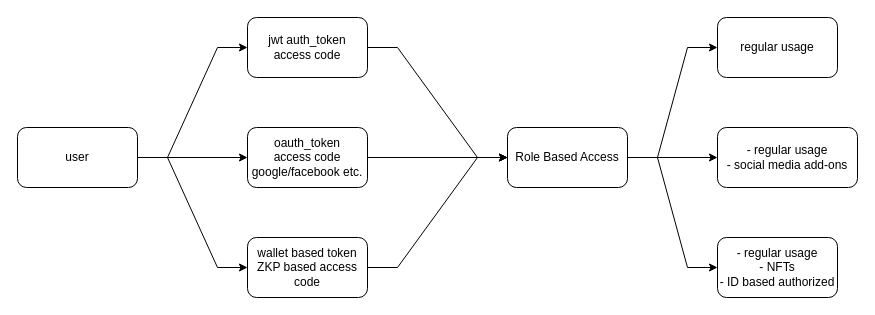
rajeshsatpathy1/auth-service keeps this draw.io diagram as auth_service.drawio. Above is the earlier version. Source tidied: cells renumbered, new cells numbered last; positions are measured from the earlier drawing's top-left corner, leaving out a move shared by most shapes. Both pictures are drawn from the tidied source at 100%, with x=0, y=0 at pixel (17, 17).
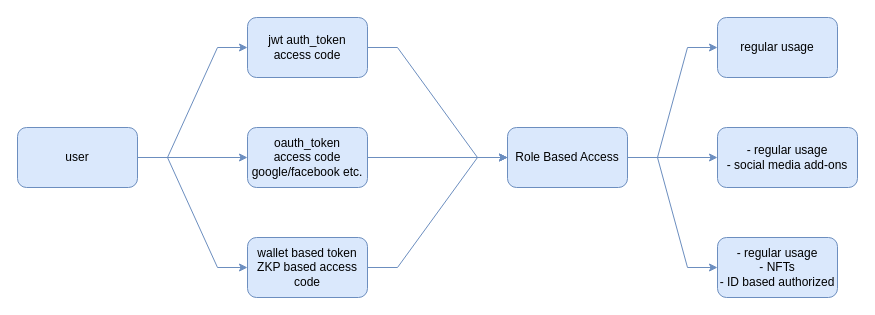
Above is the later version.

The edit, as a diff of the source:
```diff
@@
 <mxGraphModel>
   <root>
     <mxCell id="0" />
     <mxCell id="1" parent="0" />
-    <mxCell id="2" style="edgeStyle=orthogonalEdgeStyle;rounded=0;jettySize=auto;html=1;" parent="1" edge="1" source="3" target="5">
+    <mxCell id="2" style="edgeStyle=orthogonalEdgeStyle;rounded=0;jettySize=auto;html=1;labelBackgroundColor=none;fillColor=#dae8fc;strokeColor=#6c8ebf;" parent="1" edge="1" source="3" target="5">
       <mxGeometry relative="1" as="geometry" />
     </mxCell>
-    <mxCell id="3" value="user" style="rounded=1;whiteSpace=wrap;html=1;" parent="1" vertex="1">
+    <mxCell id="3" value="user" style="rounded=1;whiteSpace=wrap;html=1;labelBackgroundColor=none;fillColor=#dae8fc;strokeColor=#6c8ebf;" parent="1" vertex="1">
       <mxGeometry y="110" width="120" height="60" as="geometry" />
     </mxCell>
-    <mxCell id="4" value="jwt auth_token&lt;div&gt;access code&lt;/div&gt;" style="rounded=1;whiteSpace=wrap;html=1;" parent="1" vertex="1">
+    <mxCell id="4" value="jwt auth_token&lt;div&gt;access code&lt;/div&gt;" style="rounded=1;whiteSpace=wrap;html=1;labelBackgroundColor=none;fillColor=#dae8fc;strokeColor=#6c8ebf;" parent="1" vertex="1">
       <mxGeometry x="230" width="120" height="60" as="geometry" />
     </mxCell>
-    <mxCell id="5" value="oauth_token&lt;div&gt;access code&lt;/div&gt;&lt;div&gt;google/facebook etc.&lt;/div&gt;" style="rounded=1;whiteSpace=wrap;html=1;" parent="1" vertex="1">
+    <mxCell id="5" value="oauth_token&lt;div&gt;access code&lt;/div&gt;&lt;div&gt;google/facebook etc.&lt;/div&gt;" style="rounded=1;whiteSpace=wrap;html=1;labelBackgroundColor=none;fillColor=#dae8fc;strokeColor=#6c8ebf;" parent="1" vertex="1">
       <mxGeometry x="230" y="110" width="120" height="60" as="geometry" />
     </mxCell>
-    <mxCell id="6" value="wallet based token&lt;div&gt;ZKP based access code&lt;/div&gt;" style="rounded=1;whiteSpace=wrap;html=1;" parent="1" vertex="1">
+    <mxCell id="6" value="wallet based token&lt;div&gt;ZKP based access code&lt;/div&gt;" style="rounded=1;whiteSpace=wrap;html=1;labelBackgroundColor=none;fillColor=#dae8fc;strokeColor=#6c8ebf;" parent="1" vertex="1">
       <mxGeometry x="230" y="220" width="120" height="60" as="geometry" />
     </mxCell>
-    <mxCell id="7" style="endArrow=classic;html=1;rounded=0;entryX=0;entryY=0.5;entryDx=0;entryDy=0;exitX=1;exitY=0.5;exitDx=0;exitDy=0;edgeStyle=entityRelationEdgeStyle;" parent="1" edge="1" source="3" target="4">
+    <mxCell id="7" style="endArrow=classic;html=1;rounded=0;entryX=0;entryY=0.5;entryDx=0;entryDy=0;exitX=1;exitY=0.5;exitDx=0;exitDy=0;edgeStyle=entityRelationEdgeStyle;labelBackgroundColor=none;fillColor=#dae8fc;strokeColor=#6c8ebf;" parent="1" edge="1" source="3" target="4">
       <mxGeometry relative="1" as="geometry" />
     </mxCell>
-    <mxCell id="8" style="endArrow=classic;html=1;rounded=0;entryX=0;entryY=0.5;entryDx=0;entryDy=0;exitX=1;exitY=0.5;exitDx=0;exitDy=0;edgeStyle=entityRelationEdgeStyle;" parent="1" edge="1" source="3" target="6">
+    <mxCell id="8" style="endArrow=classic;html=1;rounded=0;entryX=0;entryY=0.5;entryDx=0;entryDy=0;exitX=1;exitY=0.5;exitDx=0;exitDy=0;edgeStyle=entityRelationEdgeStyle;labelBackgroundColor=none;fillColor=#dae8fc;strokeColor=#6c8ebf;" parent="1" edge="1" source="3" target="6">
       <mxGeometry relative="1" as="geometry" />
     </mxCell>
-    <mxCell id="9" value="Role Based Access" style="rounded=1;whiteSpace=wrap;html=1;" parent="1" vertex="1">
+    <mxCell id="9" value="Role Based Access" style="rounded=1;whiteSpace=wrap;html=1;labelBackgroundColor=none;fillColor=#dae8fc;strokeColor=#6c8ebf;" parent="1" vertex="1">
       <mxGeometry x="490" y="110" width="120" height="60" as="geometry" />
     </mxCell>
-    <mxCell id="10" style="endArrow=classic;html=1;rounded=0;entryX=0;entryY=0.5;entryDx=0;entryDy=0;exitX=1;exitY=0.5;exitDx=0;exitDy=0;" parent="1" edge="1" source="5" target="9">
+    <mxCell id="10" style="endArrow=classic;html=1;rounded=0;entryX=0;entryY=0.5;entryDx=0;entryDy=0;exitX=1;exitY=0.5;exitDx=0;exitDy=0;labelBackgroundColor=none;fillColor=#dae8fc;strokeColor=#6c8ebf;" parent="1" edge="1" source="5" target="9">
       <mxGeometry relative="1" as="geometry" />
     </mxCell>
-    <mxCell id="11" style="endArrow=classic;html=1;rounded=0;entryX=0;entryY=0.5;entryDx=0;entryDy=0;exitX=1;exitY=0.5;exitDx=0;exitDy=0;edgeStyle=entityRelationEdgeStyle;" parent="1" edge="1" source="4" target="9">
+    <mxCell id="11" style="endArrow=classic;html=1;rounded=0;entryX=0;entryY=0.5;entryDx=0;entryDy=0;exitX=1;exitY=0.5;exitDx=0;exitDy=0;edgeStyle=entityRelationEdgeStyle;labelBackgroundColor=none;fillColor=#dae8fc;strokeColor=#6c8ebf;" parent="1" edge="1" source="4" target="9">
       <mxGeometry relative="1" as="geometry" />
     </mxCell>
-    <mxCell id="12" style="endArrow=classic;html=1;rounded=0;entryX=0;entryY=0.5;entryDx=0;entryDy=0;exitX=1;exitY=0.5;exitDx=0;exitDy=0;edgeStyle=entityRelationEdgeStyle;" parent="1" edge="1" source="6" target="9">
+    <mxCell id="12" style="endArrow=classic;html=1;rounded=0;entryX=0;entryY=0.5;entryDx=0;entryDy=0;exitX=1;exitY=0.5;exitDx=0;exitDy=0;edgeStyle=entityRelationEdgeStyle;labelBackgroundColor=none;fillColor=#dae8fc;strokeColor=#6c8ebf;" parent="1" edge="1" source="6" target="9">
       <mxGeometry relative="1" as="geometry" />
     </mxCell>
-    <mxCell id="13" value="regular usage" style="rounded=1;whiteSpace=wrap;html=1;" parent="1" vertex="1">
+    <mxCell id="13" value="regular usage" style="rounded=1;whiteSpace=wrap;html=1;labelBackgroundColor=none;fillColor=#dae8fc;strokeColor=#6c8ebf;" parent="1" vertex="1">
       <mxGeometry x="700" width="120" height="60" as="geometry" />
     </mxCell>
-    <mxCell id="14" value="- regular usage&lt;div&gt;- social media add-ons&lt;/div&gt;" style="rounded=1;whiteSpace=wrap;html=1;" parent="1" vertex="1">
+    <mxCell id="14" value="- regular usage&lt;div&gt;- social media add-ons&lt;/div&gt;" style="rounded=1;whiteSpace=wrap;html=1;labelBackgroundColor=none;fillColor=#dae8fc;strokeColor=#6c8ebf;" parent="1" vertex="1">
       <mxGeometry x="700" y="110" width="140" height="60" as="geometry" />
     </mxCell>
-    <mxCell id="15" value="- regular usage&lt;div&gt;- NFTs&lt;/div&gt;&lt;div&gt;- ID based authorized&lt;/div&gt;" style="rounded=1;whiteSpace=wrap;html=1;" parent="1" vertex="1">
+    <mxCell id="15" value="- regular usage&lt;div&gt;- NFTs&lt;/div&gt;&lt;div&gt;- ID based authorized&lt;/div&gt;" style="rounded=1;whiteSpace=wrap;html=1;labelBackgroundColor=none;fillColor=#dae8fc;strokeColor=#6c8ebf;" parent="1" vertex="1">
       <mxGeometry x="700" y="220" width="120" height="60" as="geometry" />
     </mxCell>
-    <mxCell id="16" style="endArrow=classic;html=1;rounded=0;entryX=0;entryY=0.5;entryDx=0;entryDy=0;exitX=1;exitY=0.5;exitDx=0;exitDy=0;edgeStyle=entityRelationEdgeStyle;" parent="1" edge="1" source="9" target="13">
+    <mxCell id="16" style="endArrow=classic;html=1;rounded=0;entryX=0;entryY=0.5;entryDx=0;entryDy=0;exitX=1;exitY=0.5;exitDx=0;exitDy=0;edgeStyle=entityRelationEdgeStyle;labelBackgroundColor=none;fillColor=#dae8fc;strokeColor=#6c8ebf;" parent="1" edge="1" source="9" target="13">
       <mxGeometry relative="1" as="geometry" />
     </mxCell>
-    <mxCell id="17" style="endArrow=classic;html=1;rounded=0;entryX=0;entryY=0.5;entryDx=0;entryDy=0;exitX=1;exitY=0.5;exitDx=0;exitDy=0;" parent="1" edge="1" source="9" target="14">
+    <mxCell id="17" style="endArrow=classic;html=1;rounded=0;entryX=0;entryY=0.5;entryDx=0;entryDy=0;exitX=1;exitY=0.5;exitDx=0;exitDy=0;labelBackgroundColor=none;fillColor=#dae8fc;strokeColor=#6c8ebf;" parent="1" edge="1" source="9" target="14">
       <mxGeometry relative="1" as="geometry" />
     </mxCell>
-    <mxCell id="18" style="endArrow=classic;html=1;rounded=0;entryX=0;entryY=0.5;entryDx=0;entryDy=0;exitX=1;exitY=0.5;exitDx=0;exitDy=0;edgeStyle=entityRelationEdgeStyle;" parent="1" edge="1" source="9" target="15">
+    <mxCell id="18" style="endArrow=classic;html=1;rounded=0;entryX=0;entryY=0.5;entryDx=0;entryDy=0;exitX=1;exitY=0.5;exitDx=0;exitDy=0;edgeStyle=entityRelationEdgeStyle;labelBackgroundColor=none;fillColor=#dae8fc;strokeColor=#6c8ebf;" parent="1" edge="1" source="9" target="15">
       <mxGeometry relative="1" as="geometry" />
     </mxCell>
   </root>
 </mxGraphModel>
```
